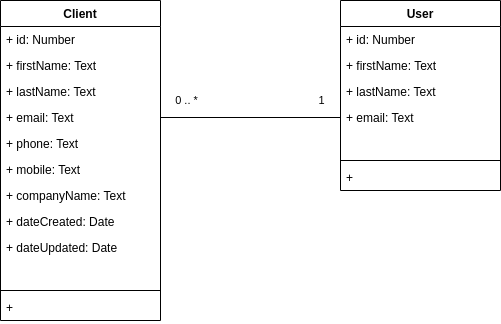
josayko-courses/epic_events_CRM keeps this draw.io diagram as Conceptual_Data_Model.drawio.png. Above is the earlier version. Source tidied: cells renumbered, new cells last; positions are measured from the earlier drawing's top-left corner, leaving out a move shared by most shapes.
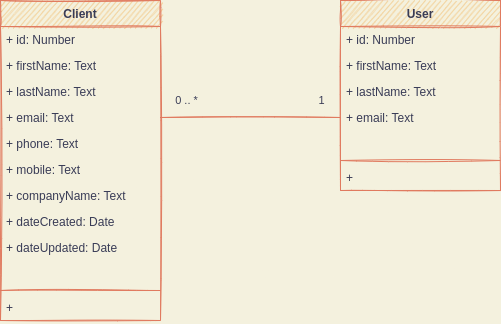
The same diagram one commit later.

The edit, as a diff of the source:
```diff
@@ -1,77 +1,77 @@
-<mxGraphModel>
+<mxGraphModel background="#F4F1DE">
   <root>
     <mxCell id="0" />
     <mxCell id="1" parent="0" />
-    <mxCell id="2" value="Client" style="swimlane;fontStyle=1;align=center;verticalAlign=top;horizontal=1;startSize=26;" parent="1" vertex="1">
+    <mxCell id="2" value="Client" style="swimlane;fontStyle=1;align=center;verticalAlign=top;horizontal=1;startSize=26;sketch=1;fillColor=#F2CC8F;strokeColor=#E07A5F;fontColor=#393C56;" parent="1" vertex="1">
       <mxGeometry width="160" height="320" as="geometry" />
     </mxCell>
-    <mxCell id="3" value="+ id: Number" style="text;strokeColor=none;fillColor=none;align=left;verticalAlign=top;spacingLeft=4;spacingRight=4;overflow=hidden;" parent="2" vertex="1">
+    <mxCell id="3" value="+ id: Number" style="text;strokeColor=none;fillColor=none;align=left;verticalAlign=top;spacingLeft=4;spacingRight=4;overflow=hidden;sketch=1;fontColor=#393C56;" parent="2" vertex="1">
       <mxGeometry y="26" width="160" height="26" as="geometry" />
     </mxCell>
-    <mxCell id="4" value="+ firstName: Text" style="text;strokeColor=none;fillColor=none;align=left;verticalAlign=top;spacingLeft=4;spacingRight=4;overflow=hidden;" parent="2" vertex="1">
+    <mxCell id="4" value="+ firstName: Text" style="text;strokeColor=none;fillColor=none;align=left;verticalAlign=top;spacingLeft=4;spacingRight=4;overflow=hidden;sketch=1;fontColor=#393C56;" parent="2" vertex="1">
       <mxGeometry y="52" width="160" height="26" as="geometry" />
     </mxCell>
-    <mxCell id="5" value="+ lastName: Text" style="text;strokeColor=none;fillColor=none;align=left;verticalAlign=top;spacingLeft=4;spacingRight=4;overflow=hidden;" parent="2" vertex="1">
+    <mxCell id="5" value="+ lastName: Text" style="text;strokeColor=none;fillColor=none;align=left;verticalAlign=top;spacingLeft=4;spacingRight=4;overflow=hidden;sketch=1;fontColor=#393C56;" parent="2" vertex="1">
       <mxGeometry y="78" width="160" height="26" as="geometry" />
     </mxCell>
-    <mxCell id="6" value="+ email: Text" style="text;strokeColor=none;fillColor=none;align=left;verticalAlign=top;spacingLeft=4;spacingRight=4;overflow=hidden;points=[[0,0.5],[1,0.5]];portConstraint=eastwest;" parent="2" vertex="1">
+    <mxCell id="6" value="+ email: Text" style="text;strokeColor=none;fillColor=none;align=left;verticalAlign=top;spacingLeft=4;spacingRight=4;overflow=hidden;points=[[0,0.5],[1,0.5]];portConstraint=eastwest;sketch=1;fontColor=#393C56;" parent="2" vertex="1">
       <mxGeometry y="104" width="160" height="26" as="geometry" />
     </mxCell>
-    <mxCell id="7" value="+ phone: Text" style="text;strokeColor=none;fillColor=none;align=left;verticalAlign=top;spacingLeft=4;spacingRight=4;overflow=hidden;" parent="2" vertex="1">
+    <mxCell id="7" value="+ phone: Text" style="text;strokeColor=none;fillColor=none;align=left;verticalAlign=top;spacingLeft=4;spacingRight=4;overflow=hidden;sketch=1;fontColor=#393C56;" parent="2" vertex="1">
       <mxGeometry y="130" width="160" height="26" as="geometry" />
     </mxCell>
-    <mxCell id="8" value="+ mobile: Text" style="text;strokeColor=none;fillColor=none;align=left;verticalAlign=top;spacingLeft=4;spacingRight=4;overflow=hidden;" parent="2" vertex="1">
+    <mxCell id="8" value="+ mobile: Text" style="text;strokeColor=none;fillColor=none;align=left;verticalAlign=top;spacingLeft=4;spacingRight=4;overflow=hidden;sketch=1;fontColor=#393C56;" parent="2" vertex="1">
       <mxGeometry y="156" width="160" height="26" as="geometry" />
     </mxCell>
-    <mxCell id="9" value="+ companyName: Text" style="text;strokeColor=none;fillColor=none;align=left;verticalAlign=top;spacingLeft=4;spacingRight=4;overflow=hidden;" parent="2" vertex="1">
+    <mxCell id="9" value="+ companyName: Text" style="text;strokeColor=none;fillColor=none;align=left;verticalAlign=top;spacingLeft=4;spacingRight=4;overflow=hidden;sketch=1;fontColor=#393C56;" parent="2" vertex="1">
       <mxGeometry y="182" width="160" height="26" as="geometry" />
     </mxCell>
-    <mxCell id="10" value="+ dateCreated: Date" style="text;strokeColor=none;fillColor=none;align=left;verticalAlign=top;spacingLeft=4;spacingRight=4;overflow=hidden;" parent="2" vertex="1">
+    <mxCell id="10" value="+ dateCreated: Date" style="text;strokeColor=none;fillColor=none;align=left;verticalAlign=top;spacingLeft=4;spacingRight=4;overflow=hidden;sketch=1;fontColor=#393C56;" parent="2" vertex="1">
       <mxGeometry y="208" width="160" height="26" as="geometry" />
     </mxCell>
-    <mxCell id="11" value="+ dateUpdated: Date" style="text;strokeColor=none;fillColor=none;align=left;verticalAlign=top;spacingLeft=4;spacingRight=4;overflow=hidden;" parent="2" vertex="1">
+    <mxCell id="11" value="+ dateUpdated: Date" style="text;strokeColor=none;fillColor=none;align=left;verticalAlign=top;spacingLeft=4;spacingRight=4;overflow=hidden;sketch=1;fontColor=#393C56;" parent="2" vertex="1">
       <mxGeometry y="234" width="160" height="26" as="geometry" />
     </mxCell>
-    <mxCell id="12" style="text;strokeColor=none;fillColor=none;align=left;verticalAlign=top;spacingLeft=4;spacingRight=4;overflow=hidden;" parent="2" vertex="1">
+    <mxCell id="12" style="text;strokeColor=none;fillColor=none;align=left;verticalAlign=top;spacingLeft=4;spacingRight=4;overflow=hidden;sketch=1;fontColor=#393C56;" parent="2" vertex="1">
       <mxGeometry y="260" width="160" height="26" as="geometry" />
     </mxCell>
-    <mxCell id="13" style="line;strokeWidth=1;fillColor=none;align=left;verticalAlign=middle;spacingTop=-1;spacingLeft=3;spacingRight=3;labelPosition=right;" parent="2" vertex="1">
+    <mxCell id="13" style="line;strokeWidth=1;fillColor=none;align=left;verticalAlign=middle;spacingTop=-1;spacingLeft=3;spacingRight=3;labelPosition=right;sketch=1;labelBackgroundColor=#F4F1DE;strokeColor=#E07A5F;fontColor=#393C56;" parent="2" vertex="1">
       <mxGeometry y="286" width="160" height="8" as="geometry" />
     </mxCell>
-    <mxCell id="14" value="+ " style="text;strokeColor=none;fillColor=none;align=left;verticalAlign=top;spacingLeft=4;spacingRight=4;overflow=hidden;" parent="2" vertex="1">
+    <mxCell id="14" value="+ " style="text;strokeColor=none;fillColor=none;align=left;verticalAlign=top;spacingLeft=4;spacingRight=4;overflow=hidden;sketch=1;fontColor=#393C56;" parent="2" vertex="1">
       <mxGeometry y="294" width="160" height="26" as="geometry" />
     </mxCell>
-    <mxCell id="15" value="User" style="swimlane;fontStyle=1;align=center;verticalAlign=top;horizontal=1;startSize=26;" parent="1" vertex="1">
+    <mxCell id="15" value="User" style="swimlane;fontStyle=1;align=center;verticalAlign=top;horizontal=1;startSize=26;sketch=1;fillColor=#F2CC8F;strokeColor=#E07A5F;fontColor=#393C56;" parent="1" vertex="1">
       <mxGeometry x="340" width="160" height="190" as="geometry" />
     </mxCell>
-    <mxCell id="16" value="+ id: Number" style="text;strokeColor=none;fillColor=none;align=left;verticalAlign=top;spacingLeft=4;spacingRight=4;overflow=hidden;" parent="15" vertex="1">
+    <mxCell id="16" value="+ id: Number" style="text;strokeColor=none;fillColor=none;align=left;verticalAlign=top;spacingLeft=4;spacingRight=4;overflow=hidden;sketch=1;fontColor=#393C56;" parent="15" vertex="1">
       <mxGeometry y="26" width="160" height="26" as="geometry" />
     </mxCell>
-    <mxCell id="17" value="+ firstName: Text" style="text;strokeColor=none;fillColor=none;align=left;verticalAlign=top;spacingLeft=4;spacingRight=4;overflow=hidden;" parent="15" vertex="1">
+    <mxCell id="17" value="+ firstName: Text" style="text;strokeColor=none;fillColor=none;align=left;verticalAlign=top;spacingLeft=4;spacingRight=4;overflow=hidden;sketch=1;fontColor=#393C56;" parent="15" vertex="1">
       <mxGeometry y="52" width="160" height="26" as="geometry" />
     </mxCell>
-    <mxCell id="18" value="+ lastName: Text" style="text;strokeColor=none;fillColor=none;align=left;verticalAlign=top;spacingLeft=4;spacingRight=4;overflow=hidden;" parent="15" vertex="1">
+    <mxCell id="18" value="+ lastName: Text" style="text;strokeColor=none;fillColor=none;align=left;verticalAlign=top;spacingLeft=4;spacingRight=4;overflow=hidden;sketch=1;fontColor=#393C56;" parent="15" vertex="1">
       <mxGeometry y="78" width="160" height="26" as="geometry" />
     </mxCell>
-    <mxCell id="19" value="+ email: Text" style="text;strokeColor=none;fillColor=none;align=left;verticalAlign=top;spacingLeft=4;spacingRight=4;overflow=hidden;points=[[0,0.5],[1,0.5]];portConstraint=eastwest;" parent="15" vertex="1">
+    <mxCell id="19" value="+ email: Text" style="text;strokeColor=none;fillColor=none;align=left;verticalAlign=top;spacingLeft=4;spacingRight=4;overflow=hidden;points=[[0,0.5],[1,0.5]];portConstraint=eastwest;sketch=1;fontColor=#393C56;" parent="15" vertex="1">
       <mxGeometry y="104" width="160" height="26" as="geometry" />
     </mxCell>
-    <mxCell id="20" style="text;strokeColor=none;fillColor=none;align=left;verticalAlign=top;spacingLeft=4;spacingRight=4;overflow=hidden;" parent="15" vertex="1">
+    <mxCell id="20" style="text;strokeColor=none;fillColor=none;align=left;verticalAlign=top;spacingLeft=4;spacingRight=4;overflow=hidden;sketch=1;fontColor=#393C56;" parent="15" vertex="1">
       <mxGeometry y="130" width="160" height="26" as="geometry" />
     </mxCell>
-    <mxCell id="21" style="line;strokeWidth=1;fillColor=none;align=left;verticalAlign=middle;spacingTop=-1;spacingLeft=3;spacingRight=3;labelPosition=right;" parent="15" vertex="1">
+    <mxCell id="21" style="line;strokeWidth=1;fillColor=none;align=left;verticalAlign=middle;spacingTop=-1;spacingLeft=3;spacingRight=3;labelPosition=right;sketch=1;labelBackgroundColor=#F4F1DE;strokeColor=#E07A5F;fontColor=#393C56;" parent="15" vertex="1">
       <mxGeometry y="156" width="160" height="8" as="geometry" />
     </mxCell>
-    <mxCell id="22" value="+ " style="text;strokeColor=none;fillColor=none;align=left;verticalAlign=top;spacingLeft=4;spacingRight=4;overflow=hidden;" parent="15" vertex="1">
+    <mxCell id="22" value="+ " style="text;strokeColor=none;fillColor=none;align=left;verticalAlign=top;spacingLeft=4;spacingRight=4;overflow=hidden;sketch=1;fontColor=#393C56;" parent="15" vertex="1">
       <mxGeometry y="164" width="160" height="26" as="geometry" />
     </mxCell>
-    <mxCell id="23" style="edgeStyle=orthogonalEdgeStyle;rounded=0;jettySize=auto;html=1;exitX=1;exitY=0.5;exitDx=0;exitDy=0;entryX=0;entryY=0.5;entryDx=0;entryDy=0;endArrow=none;endFill=0;shadow=0;" parent="1" edge="1" source="6" target="19">
+    <mxCell id="23" style="edgeStyle=orthogonalEdgeStyle;rounded=0;jettySize=auto;html=1;exitX=1;exitY=0.5;exitDx=0;exitDy=0;entryX=0;entryY=0.5;entryDx=0;entryDy=0;endArrow=none;endFill=0;shadow=0;sketch=1;labelBackgroundColor=#F4F1DE;strokeColor=#E07A5F;fontColor=#393C56;" parent="1" edge="1" source="6" target="19">
       <mxGeometry relative="1" as="geometry" />
     </mxCell>
-    <mxCell id="24" value="0 .. *" style="text;html=1;align=center;verticalAlign=middle;strokeColor=none;fillColor=none;fontSize=11;fontFamily=Helvetica;fontColor=default;" parent="1" vertex="1">
+    <mxCell id="24" value="0 .. *" style="text;html=1;align=center;verticalAlign=middle;strokeColor=none;fillColor=none;fontSize=11;fontFamily=Helvetica;fontColor=#393C56;sketch=1;" parent="1" vertex="1">
       <mxGeometry x="166" y="90" width="40" height="20" as="geometry" />
     </mxCell>
-    <mxCell id="25" value="1" style="text;html=1;align=center;verticalAlign=middle;strokeColor=none;fillColor=none;fontSize=11;fontFamily=Helvetica;fontColor=default;" parent="1" vertex="1">
+    <mxCell id="25" value="1" style="text;html=1;align=center;verticalAlign=middle;strokeColor=none;fillColor=none;fontSize=11;fontFamily=Helvetica;fontColor=#393C56;sketch=1;" parent="1" vertex="1">
       <mxGeometry x="311" y="90" width="20" height="20" as="geometry" />
     </mxCell>
   </root>
```
